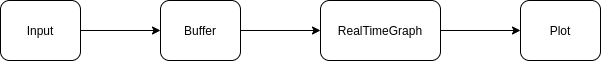
Earlier version of the draw.io export Diagrams/Overview.png (aga-stya/plotter). Source tidied: cells renumbered, new cells last; positions are measured from the earlier drawing's top-left corner, leaving out a move shared by most shapes.
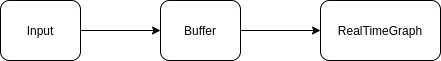
Above is the later version.

The edit, as a diff of the source:
```diff
@@ -14,14 +14,8 @@
     <mxCell id="5" value="Buffer" style="rounded=1;whiteSpace=wrap;html=1;" parent="1" vertex="1">
       <mxGeometry x="160" width="80" height="60" as="geometry" />
     </mxCell>
-    <mxCell id="6" style="edgeStyle=orthogonalEdgeStyle;rounded=0;jettySize=auto;html=1;" parent="1" edge="1" source="7" target="8">
-      <mxGeometry relative="1" as="geometry" />
-    </mxCell>
     <mxCell id="7" value="RealTimeGraph" style="rounded=1;whiteSpace=wrap;html=1;" parent="1" vertex="1">
       <mxGeometry x="320" width="120" height="60" as="geometry" />
     </mxCell>
-    <mxCell id="8" value="Plot" style="rounded=1;whiteSpace=wrap;html=1;" parent="1" vertex="1">
-      <mxGeometry x="520" width="80" height="60" as="geometry" />
-    </mxCell>
   </root>
 </mxGraphModel>
```
